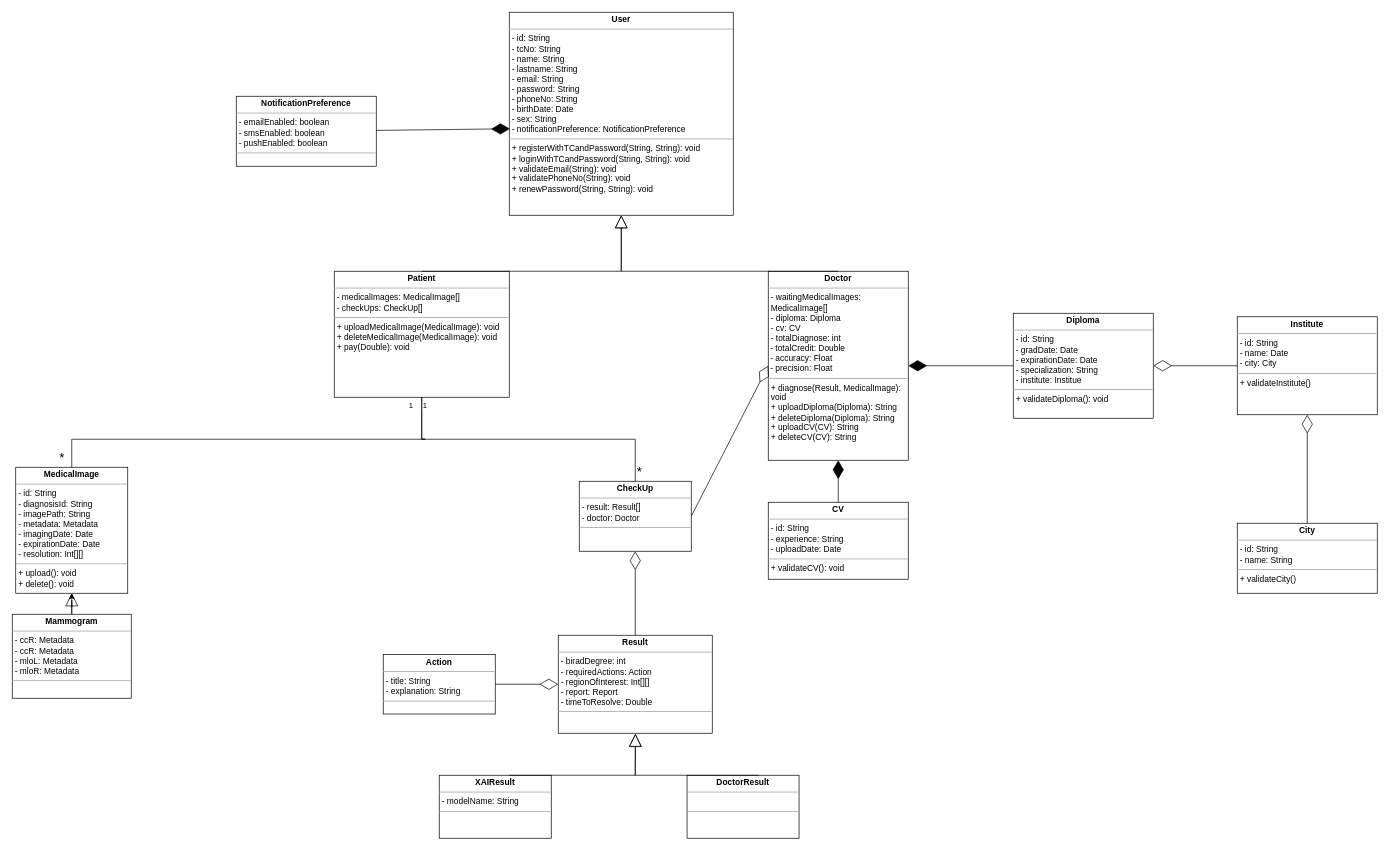
Earlier version of the draw.io diagram Class Diagram.drawio (MediXAI/Diagrams). Source tidied: cells renumbered, new cells numbered last; positions are measured from the earlier drawing's top-left corner, leaving out a move shared by most shapes. Both pictures are drawn from the tidied source at 70%, with x=0, y=0 at pixel (12, 12).
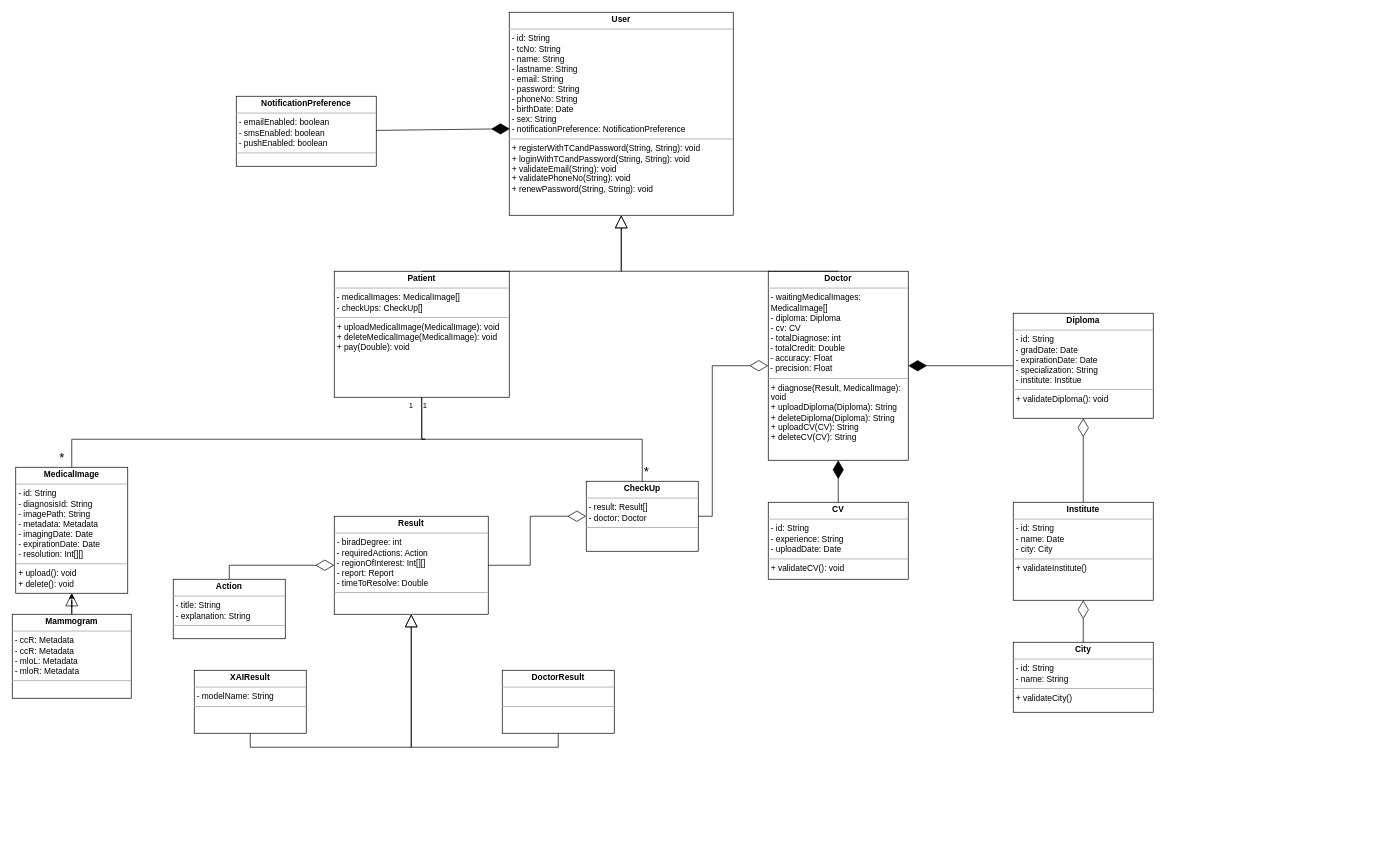
After the change.

The change refers to these unchanged cells:
```xml
<mxCell id="3" value="&lt;p style=&quot;margin:0px;margin-top:4px;text-align:center;&quot;&gt;&lt;b&gt;Doctor&lt;/b&gt;&lt;/p&gt;&lt;hr size=&quot;1&quot;&gt;&lt;p style=&quot;margin:0px;margin-left:4px;&quot;&gt;- waitingMedicalImages: MedicalImage[]&lt;/p&gt;&lt;p style=&quot;margin:0px;margin-left:4px;&quot;&gt;- diploma: Diploma&lt;/p&gt;&lt;p style=&quot;margin:0px;margin-left:4px;&quot;&gt;- cv: CV&lt;/p&gt;&lt;p style=&quot;margin:0px;margin-left:4px;&quot;&gt;- totalDiagnose: int&lt;/p&gt;&amp;nbsp;- totalCredit: Double&lt;br&gt;&amp;nbsp;- accuracy: Float&lt;br&gt;&amp;nbsp;- precision: Float&lt;br&gt;&lt;hr size=&quot;1&quot;&gt;&lt;p style=&quot;margin:0px;margin-left:4px;&quot;&gt;+ diagnose(Result, MedicalImage): void&lt;/p&gt;&lt;p style=&quot;margin:0px;margin-left:4px;&quot;&gt;+ uploadDiploma(Diploma): String&lt;/p&gt;&lt;p style=&quot;margin:0px;margin-left:4px;&quot;&gt;+ deleteDiploma(Diploma): String&lt;/p&gt;&lt;p style=&quot;border-color: var(--border-color); margin: 0px 0px 0px 4px;&quot;&gt;+ uploadCV(CV): String&lt;/p&gt;&lt;p style=&quot;border-color: var(--border-color); margin: 0px 0px 0px 4px;&quot;&gt;+ deleteCV(CV): String&lt;/p&gt;" style="verticalAlign=top;align=left;overflow=fill;fontSize=12;fontFamily=Helvetica;html=1;whiteSpace=wrap;" parent="1" vertex="1">
  <mxGeometry x="1080" y="370" width="200" height="270" as="geometry" />
</mxCell>
<mxCell id="15" value="&lt;p style=&quot;margin:0px;margin-top:4px;text-align:center;&quot;&gt;&lt;b&gt;Diploma&lt;/b&gt;&lt;/p&gt;&lt;hr size=&quot;1&quot;&gt;&lt;p style=&quot;margin:0px;margin-left:4px;&quot;&gt;- id: String&lt;/p&gt;&lt;p style=&quot;margin:0px;margin-left:4px;&quot;&gt;&lt;span style=&quot;background-color: initial;&quot;&gt;- gradDate: Date&amp;nbsp;&lt;/span&gt;&lt;/p&gt;&lt;p style=&quot;margin:0px;margin-left:4px;&quot;&gt;&lt;span style=&quot;background-color: initial;&quot;&gt;- expirationDate: Date&lt;/span&gt;&lt;/p&gt;&lt;p style=&quot;margin:0px;margin-left:4px;&quot;&gt;&lt;span style=&quot;background-color: initial;&quot;&gt;- specialization: String&lt;/span&gt;&lt;/p&gt;&lt;p style=&quot;margin:0px;margin-left:4px;&quot;&gt;&lt;span style=&quot;background-color: initial;&quot;&gt;- institute: Institue&lt;/span&gt;&lt;/p&gt;&lt;hr size=&quot;1&quot;&gt;&lt;p style=&quot;margin:0px;margin-left:4px;&quot;&gt;+ validateDiploma(): void&lt;/p&gt;" style="verticalAlign=top;align=left;overflow=fill;fontSize=12;fontFamily=Helvetica;html=1;whiteSpace=wrap;" parent="1" vertex="1">
  <mxGeometry x="1430" y="430" width="200" height="150" as="geometry" />
</mxCell>
```

The edit, as a diff of the source:
```diff
@@
     <mxCell id="7" value="&lt;p style=&quot;margin:0px;margin-top:4px;text-align:center;&quot;&gt;&lt;b&gt;CheckUp&lt;/b&gt;&lt;/p&gt;&lt;hr size=&quot;1&quot;&gt;&lt;p style=&quot;margin:0px;margin-left:4px;&quot;&gt;- result: Result[]&lt;/p&gt;&lt;p style=&quot;margin:0px;margin-left:4px;&quot;&gt;- doctor: Doctor&lt;/p&gt;&lt;hr size=&quot;1&quot;&gt;&lt;p style=&quot;margin:0px;margin-left:4px;&quot;&gt;&lt;br&gt;&lt;/p&gt;" style="verticalAlign=top;align=left;overflow=fill;fontSize=12;fontFamily=Helvetica;html=1;whiteSpace=wrap;" parent="1" vertex="1">
-      <mxGeometry x="810" y="670" width="160" height="100" as="geometry" />
+      <mxGeometry x="820" y="670" width="160" height="100" as="geometry" />
     </mxCell>
@@
     <mxCell id="17" value="&lt;p style=&quot;margin:0px;margin-top:4px;text-align:center;&quot;&gt;&lt;b&gt;Institute&lt;/b&gt;&lt;/p&gt;&lt;hr size=&quot;1&quot;&gt;&lt;p style=&quot;margin:0px;margin-left:4px;&quot;&gt;- id: String&lt;/p&gt;&lt;p style=&quot;margin:0px;margin-left:4px;&quot;&gt;&lt;span style=&quot;background-color: initial;&quot;&gt;- name: Date&lt;/span&gt;&lt;/p&gt;&lt;p style=&quot;margin:0px;margin-left:4px;&quot;&gt;&lt;span style=&quot;background-color: initial;&quot;&gt;- city: City&amp;nbsp;&lt;/span&gt;&lt;/p&gt;&lt;hr size=&quot;1&quot;&gt;&lt;p style=&quot;margin:0px;margin-left:4px;&quot;&gt;+ validateInstitute()&lt;/p&gt;" style="verticalAlign=top;align=left;overflow=fill;fontSize=12;fontFamily=Helvetica;html=1;whiteSpace=wrap;" parent="1" vertex="1">
-      <mxGeometry x="1750" y="435" width="200" height="140" as="geometry" />
+      <mxGeometry x="1430" y="700" width="200" height="140" as="geometry" />
     </mxCell>
     <mxCell id="18" value="&lt;p style=&quot;margin:0px;margin-top:4px;text-align:center;&quot;&gt;&lt;b&gt;City&lt;/b&gt;&lt;/p&gt;&lt;hr size=&quot;1&quot;&gt;&lt;p style=&quot;margin:0px;margin-left:4px;&quot;&gt;- id: String&lt;/p&gt;&lt;p style=&quot;margin:0px;margin-left:4px;&quot;&gt;&lt;span style=&quot;background-color: initial;&quot;&gt;- name: String&lt;/span&gt;&lt;/p&gt;&lt;hr size=&quot;1&quot;&gt;&lt;p style=&quot;margin:0px;margin-left:4px;&quot;&gt;+ validateCity()&lt;/p&gt;" style="verticalAlign=top;align=left;overflow=fill;fontSize=12;fontFamily=Helvetica;html=1;whiteSpace=wrap;" parent="1" vertex="1">
-      <mxGeometry x="1750" y="730" width="200" height="100" as="geometry" />
+      <mxGeometry x="1430" y="900" width="200" height="100" as="geometry" />
     </mxCell>
@@
-    <mxCell id="23" style="endArrow=diamondThin;endFill=0;endSize=24;html=1;rounded=0;entryX=1;entryY=0.5;entryDx=0;entryDy=0;exitX=0;exitY=0.5;exitDx=0;exitDy=0;" parent="1" edge="1" source="17" target="15">
+    <mxCell id="23" style="endArrow=diamondThin;endFill=0;endSize=24;html=1;rounded=0;entryX=0.5;entryY=1;entryDx=0;entryDy=0;exitX=0.5;exitY=0;exitDx=0;exitDy=0;" parent="1" edge="1" source="17" target="15">
       <mxGeometry relative="1" as="geometry" />
     </mxCell>
@@
     <mxCell id="28" value="&lt;p style=&quot;margin:0px;margin-top:4px;text-align:center;&quot;&gt;&lt;b&gt;Result&lt;/b&gt;&lt;/p&gt;&lt;hr size=&quot;1&quot;&gt;&lt;p style=&quot;margin:0px;margin-left:4px;&quot;&gt;- biradDegree: int&lt;/p&gt;&lt;p style=&quot;margin:0px;margin-left:4px;&quot;&gt;- requiredActions: Action&amp;nbsp;&lt;/p&gt;&lt;p style=&quot;margin:0px;margin-left:4px;&quot;&gt;- regionOfInterest: Int[][]&lt;/p&gt;&lt;p style=&quot;margin:0px;margin-left:4px;&quot;&gt;- report: Report&amp;nbsp;&lt;/p&gt;&lt;p style=&quot;margin:0px;margin-left:4px;&quot;&gt;- timeToResolve: Double&lt;/p&gt;&lt;hr size=&quot;1&quot;&gt;&lt;p style=&quot;margin:0px;margin-left:4px;&quot;&gt;&lt;br&gt;&lt;/p&gt;" style="verticalAlign=top;align=left;overflow=fill;fontSize=12;fontFamily=Helvetica;html=1;whiteSpace=wrap;" parent="1" vertex="1">
-      <mxGeometry x="780" y="890" width="220" height="140" as="geometry" />
+      <mxGeometry x="460" y="720" width="220" height="140" as="geometry" />
     </mxCell>
     <mxCell id="29" style="endArrow=diamondThin;endFill=0;endSize=24;html=1;rounded=0;exitX=1;exitY=0.5;exitDx=0;exitDy=0;entryX=0;entryY=0.5;entryDx=0;entryDy=0;" parent="1" edge="1" source="7" target="3">
-      <mxGeometry relative="1" as="geometry" />
+      <mxGeometry relative="1" as="geometry">
+        <Array as="points">
+          <mxPoint x="1000" y="720" />
+          <mxPoint x="1000" y="505" />
+        </Array>
+      </mxGeometry>
     </mxCell>
-    <mxCell id="30" style="endArrow=diamondThin;endFill=0;endSize=24;html=1;rounded=0;entryX=0.5;entryY=1;entryDx=0;entryDy=0;exitX=0.5;exitY=0;exitDx=0;exitDy=0;" parent="1" edge="1" source="28" target="7">
-      <mxGeometry relative="1" as="geometry" />
+    <mxCell id="30" style="endArrow=diamondThin;endFill=0;endSize=24;html=1;rounded=0;exitX=1;exitY=0.5;exitDx=0;exitDy=0;entryX=0;entryY=0.5;entryDx=0;entryDy=0;" parent="1" edge="1" source="28" target="7">
+      <mxGeometry relative="1" as="geometry">
+        <Array as="points">
+          <mxPoint x="740" y="790" />
+          <mxPoint x="740" y="720" />
+        </Array>
+      </mxGeometry>
     </mxCell>
     <mxCell id="31" value="&lt;p style=&quot;margin:0px;margin-top:4px;text-align:center;&quot;&gt;&lt;b&gt;Action&lt;/b&gt;&lt;/p&gt;&lt;hr size=&quot;1&quot;&gt;&lt;p style=&quot;margin:0px;margin-left:4px;&quot;&gt;- title: String&lt;/p&gt;&lt;p style=&quot;margin:0px;margin-left:4px;&quot;&gt;- explanation: String&amp;nbsp;&lt;/p&gt;&lt;hr size=&quot;1&quot;&gt;&lt;p style=&quot;margin:0px;margin-left:4px;&quot;&gt;&lt;br&gt;&lt;/p&gt;" style="verticalAlign=top;align=left;overflow=fill;fontSize=12;fontFamily=Helvetica;html=1;whiteSpace=wrap;" parent="1" vertex="1">
-      <mxGeometry x="530" y="917.5" width="160" height="85" as="geometry" />
+      <mxGeometry x="230" y="810" width="160" height="85" as="geometry" />
     </mxCell>
-    <mxCell id="32" style="endArrow=diamondThin;endFill=0;endSize=24;html=1;rounded=0;entryX=0;entryY=0.5;entryDx=0;entryDy=0;exitX=1;exitY=0.5;exitDx=0;exitDy=0;" parent="1" edge="1" source="31" target="28">
-      <mxGeometry relative="1" as="geometry" />
+    <mxCell id="32" style="endArrow=diamondThin;endFill=0;endSize=24;html=1;rounded=0;entryX=0;entryY=0.5;entryDx=0;entryDy=0;exitX=0.5;exitY=0;exitDx=0;exitDy=0;" parent="1" edge="1" source="31" target="28">
+      <mxGeometry relative="1" as="geometry">
+        <Array as="points">
+          <mxPoint x="310" y="790" />
+        </Array>
+      </mxGeometry>
     </mxCell>
     <mxCell id="33" value="&lt;p style=&quot;margin:0px;margin-top:4px;text-align:center;&quot;&gt;&lt;b&gt;XAIResult&lt;/b&gt;&lt;/p&gt;&lt;hr size=&quot;1&quot;&gt;&lt;p style=&quot;margin:0px;margin-left:4px;&quot;&gt;- modelName: String&lt;/p&gt;&lt;hr size=&quot;1&quot;&gt;&lt;p style=&quot;margin:0px;margin-left:4px;&quot;&gt;&lt;br&gt;&lt;/p&gt;" style="verticalAlign=top;align=left;overflow=fill;fontSize=12;fontFamily=Helvetica;html=1;whiteSpace=wrap;" parent="1" vertex="1">
-      <mxGeometry x="610" y="1090" width="160" height="90" as="geometry" />
+      <mxGeometry x="260" y="940" width="160" height="90" as="geometry" />
     </mxCell>
     <mxCell id="34" value="&lt;p style=&quot;margin:0px;margin-top:4px;text-align:center;&quot;&gt;&lt;b&gt;DoctorResult&lt;/b&gt;&lt;/p&gt;&lt;hr size=&quot;1&quot;&gt;&lt;p style=&quot;margin:0px;margin-left:4px;&quot;&gt;&lt;br&gt;&lt;/p&gt;&lt;hr size=&quot;1&quot;&gt;&lt;p style=&quot;margin:0px;margin-left:4px;&quot;&gt;&lt;br&gt;&lt;/p&gt;" style="verticalAlign=top;align=left;overflow=fill;fontSize=12;fontFamily=Helvetica;html=1;whiteSpace=wrap;" parent="1" vertex="1">
-      <mxGeometry x="964" y="1090" width="160" height="90" as="geometry" />
+      <mxGeometry x="700" y="940" width="160" height="90" as="geometry" />
     </mxCell>
-    <mxCell id="35" style="endArrow=block;endSize=16;endFill=0;html=1;rounded=0;exitX=0.5;exitY=0;exitDx=0;exitDy=0;entryX=0.411;entryY=1.004;entryDx=0;entryDy=0;entryPerimeter=0;" parent="1" edge="1">
+    <mxCell id="35" style="endArrow=block;endSize=16;endFill=0;html=1;rounded=0;exitX=0.5;exitY=1;exitDx=0;exitDy=0;entryX=0.5;entryY=1;entryDx=0;entryDy=0;" parent="1" edge="1" source="33" target="28">
       <mxGeometry x="0.12" y="-70" relative="1" as="geometry">
-        <mxPoint x="710" y="1090" as="sourcePoint" />
-        <mxPoint x="890.4" y="1030.6" as="targetPoint" />
         <Array as="points">
-          <mxPoint x="890" y="1090" />
+          <mxPoint x="340" y="1050" />
+          <mxPoint x="570" y="1050" />
         </Array>
         <mxPoint x="-1" as="offset" />
       </mxGeometry>
     </mxCell>
-    <mxCell id="36" style="endArrow=block;endSize=16;endFill=0;html=1;rounded=0;exitX=0.5;exitY=0;exitDx=0;exitDy=0;entryX=0.399;entryY=1.007;entryDx=0;entryDy=0;entryPerimeter=0;" parent="1" edge="1">
+    <mxCell id="36" style="endArrow=block;endSize=16;endFill=0;html=1;rounded=0;exitX=0.5;exitY=1;exitDx=0;exitDy=0;entryX=0.5;entryY=1;entryDx=0;entryDy=0;" parent="1" edge="1" source="34" target="28">
       <mxGeometry x="0.12" y="-70" relative="1" as="geometry">
-        <mxPoint x="1066.2" y="1090" as="sourcePoint" />
-        <mxPoint x="890" y="1031" as="targetPoint" />
         <Array as="points">
-          <mxPoint x="890" y="1090" />
+          <mxPoint x="780" y="1050" />
+          <mxPoint x="570" y="1050" />
         </Array>
         <mxPoint x="-1" as="offset" />
       </mxGeometry>
     </mxCell>
```
